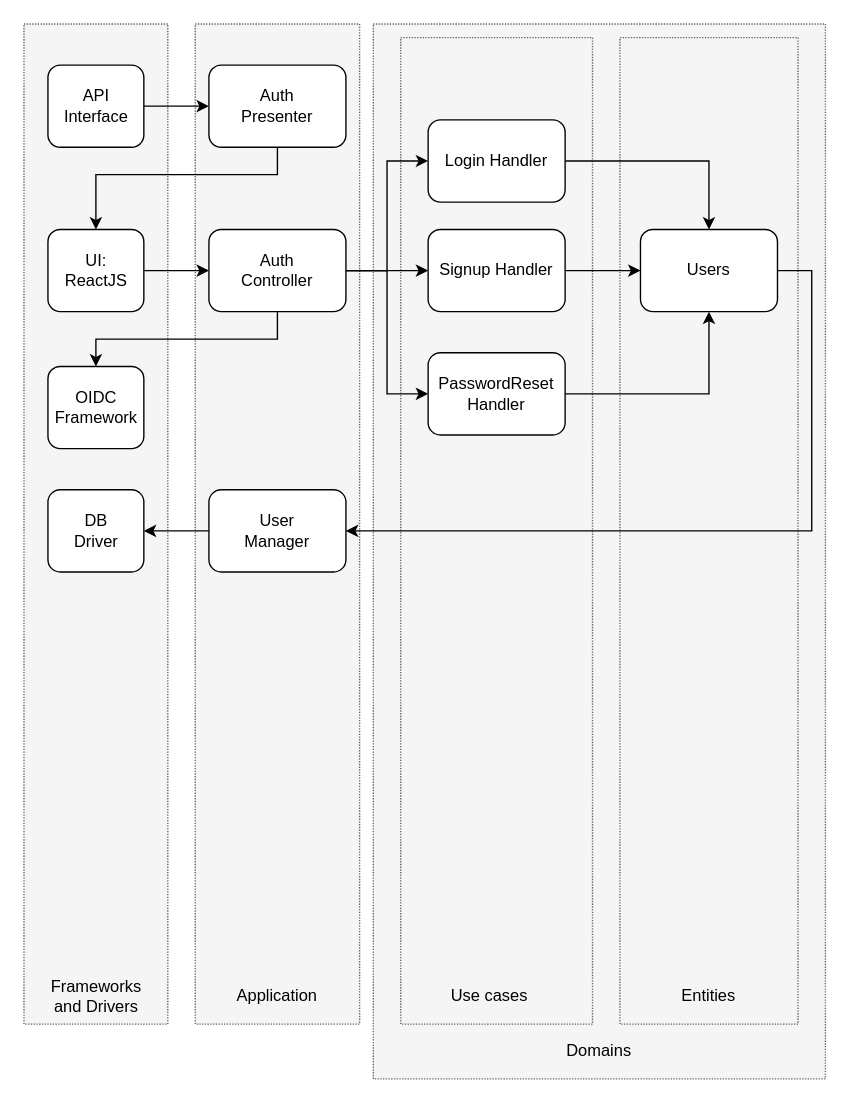
This is page "Auth module" (2 of 2) of architecture.drawio from possibilityz/generic-backend, a draw.io file, before an edit. Source tidied: cells renumbered, new cells numbered last; positions are measured from the earlier drawing's top-left corner, leaving out a move shared by most shapes. Both pictures are drawn from the tidied source at 137%, with x=0, y=0 at pixel (23, 23).
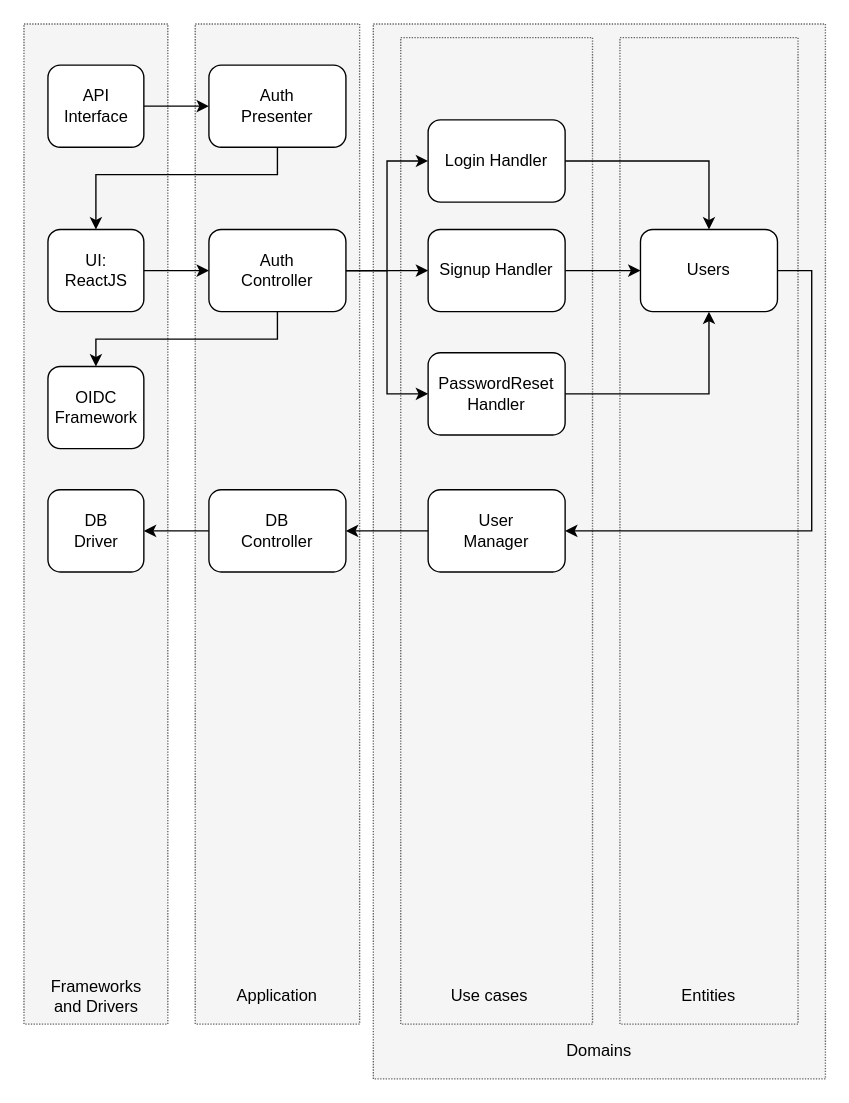
The same page after the edit.

Commit message:
Update Auth module

Unchanged cells that the change refers to:
```xml
<mxCell id="37" value="DB&lt;br&gt;Driver" style="rounded=1;whiteSpace=wrap;html=1;" parent="1" vertex="1">
  <mxGeometry x="17.5" y="340" width="70" height="60" as="geometry" />
</mxCell>
```

The edit, as a diff of the source:
```diff
@@
-    <mxCell id="38" style="edgeStyle=orthogonalEdgeStyle;rounded=0;jettySize=auto;html=1;entryX=1;entryY=0.5;entryDx=0;entryDy=0;" parent="1" edge="1" source="39" target="37">
+    <mxCell id="38" style="edgeStyle=orthogonalEdgeStyle;rounded=0;jettySize=auto;html=1;entryX=1;entryY=0.5;entryDx=0;entryDy=0;exitX=0;exitY=0.5;exitDx=0;exitDy=0;" parent="1" edge="1" source="42" target="37">
       <mxGeometry relative="1" as="geometry" />
     </mxCell>
+    <mxCell id="41" style="edgeStyle=orthogonalEdgeStyle;rounded=0;jettySize=auto;html=1;exitX=0;exitY=0.5;exitDx=0;exitDy=0;" parent="1" edge="1" source="39" target="42">
+      <mxGeometry relative="1" as="geometry" />
+    </mxCell>
     <mxCell id="39" value="User&lt;br&gt;Manager&lt;br&gt;" style="rounded=1;whiteSpace=wrap;html=1;" parent="1" vertex="1">
-      <mxGeometry x="135" y="340" width="100" height="60" as="geometry" />
+      <mxGeometry x="295" y="340" width="100" height="60" as="geometry" />
     </mxCell>
@@
+    <mxCell id="42" value="DB&lt;br&gt;Controller" style="rounded=1;whiteSpace=wrap;html=1;" parent="1" vertex="1">
+      <mxGeometry x="135" y="340" width="100" height="60" as="geometry" />
+    </mxCell>
```
